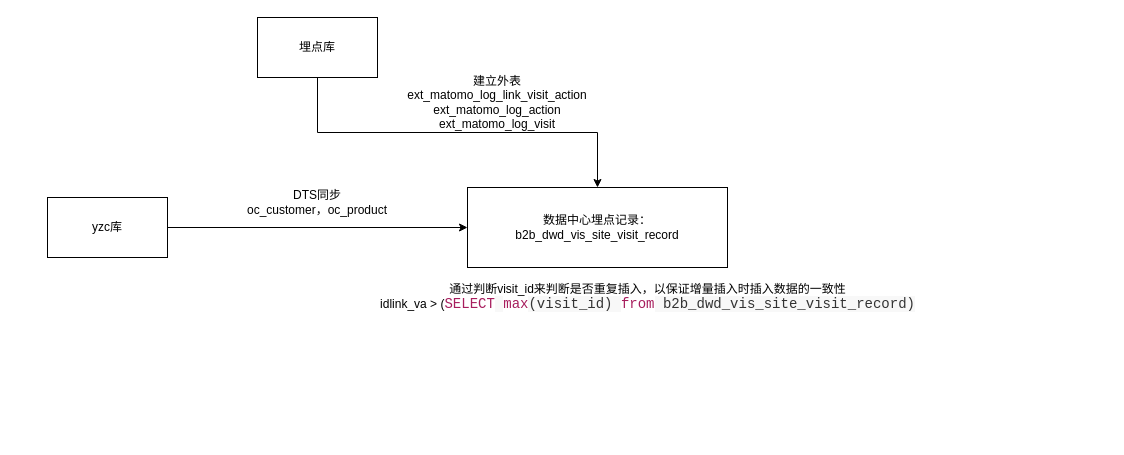
The draw.io diagram 未命名绘图.drawio in realphp/note-book, before the edit. Source tidied: cells renumbered, new cells numbered last; positions are measured from the earlier drawing's top-left corner, leaving out a move shared by most shapes. Both pictures are drawn from the tidied source at 100%, with x=0, y=0 at pixel (47, 17).
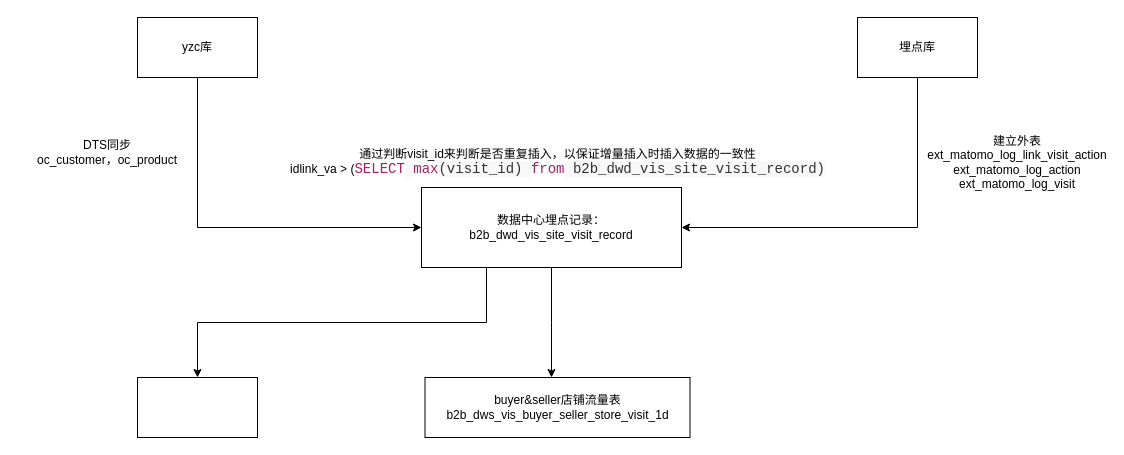
The same diagram, later.

The edit, as a diff of the source:
```diff
@@
 <mxGraphModel>
   <root>
     <mxCell id="0" />
     <mxCell id="1" parent="0" />
+    <mxCell id="10" style="edgeStyle=orthogonalEdgeStyle;rounded=0;jettySize=auto;html=1;" parent="1" edge="1" source="2">
+      <mxGeometry relative="1" as="geometry">
+        <mxPoint x="504" y="360" as="targetPoint" />
+      </mxGeometry>
+    </mxCell>
+    <mxCell id="11" style="edgeStyle=orthogonalEdgeStyle;rounded=0;jettySize=auto;html=1;exitX=0.25;exitY=1;exitDx=0;exitDy=0;entryX=0.5;entryY=0;entryDx=0;entryDy=0;" parent="1" edge="1" source="2" target="13">
+      <mxGeometry relative="1" as="geometry" />
+    </mxCell>
     <mxCell id="2" value="数据中心埋点记录：b2b_dwd_vis_site_visit_record" style="rounded=0;whiteSpace=wrap;html=1;" parent="1" vertex="1">
-      <mxGeometry x="420" y="170" width="260" height="80" as="geometry" />
+      <mxGeometry x="374" y="170" width="260" height="80" as="geometry" />
     </mxCell>
-    <mxCell id="3" style="edgeStyle=orthogonalEdgeStyle;rounded=0;jettySize=auto;html=1;exitX=0.5;exitY=1;exitDx=0;exitDy=0;entryX=0.5;entryY=0;entryDx=0;entryDy=0;" parent="1" edge="1" source="4" target="2">
+    <mxCell id="3" style="edgeStyle=orthogonalEdgeStyle;rounded=0;jettySize=auto;html=1;exitX=0.5;exitY=1;exitDx=0;exitDy=0;entryX=1;entryY=0.5;entryDx=0;entryDy=0;" parent="1" edge="1" source="4" target="2">
       <mxGeometry relative="1" as="geometry" />
     </mxCell>
     <mxCell id="4" value="埋点库" style="rounded=0;whiteSpace=wrap;html=1;" parent="1" vertex="1">
-      <mxGeometry x="210" width="120" height="60" as="geometry" />
+      <mxGeometry x="810" width="120" height="60" as="geometry" />
     </mxCell>
     <mxCell id="5" style="edgeStyle=orthogonalEdgeStyle;rounded=0;jettySize=auto;html=1;entryX=0;entryY=0.5;entryDx=0;entryDy=0;" parent="1" edge="1" source="6" target="2">
-      <mxGeometry relative="1" as="geometry" />
+      <mxGeometry relative="1" as="geometry">
+        <Array as="points">
+          <mxPoint x="150" y="210" />
+        </Array>
+      </mxGeometry>
     </mxCell>
     <mxCell id="6" value="yzc库" style="rounded=0;whiteSpace=wrap;html=1;" parent="1" vertex="1">
-      <mxGeometry y="180" width="120" height="60" as="geometry" />
+      <mxGeometry x="90" width="120" height="60" as="geometry" />
     </mxCell>
     <mxCell id="7" value="DTS同步&lt;br&gt;oc_customer，oc_product" style="text;html=1;strokeColor=none;fillColor=none;align=center;verticalAlign=middle;whiteSpace=wrap;rounded=0;" parent="1" vertex="1">
-      <mxGeometry x="180" y="160" width="180" height="50" as="geometry" />
+      <mxGeometry x="-30" y="110" width="180" height="50" as="geometry" />
     </mxCell>
     <mxCell id="8" value="建立外表&lt;br&gt;ext_matomo_log_link_visit_action&lt;br&gt;ext_matomo_log_action&lt;br&gt;ext_matomo_log_visit" style="text;html=1;strokeColor=none;fillColor=none;align=center;verticalAlign=middle;whiteSpace=wrap;rounded=0;" parent="1" vertex="1">
-      <mxGeometry x="420" y="70" width="60" height="30" as="geometry" />
+      <mxGeometry x="940" y="130" width="60" height="30" as="geometry" />
     </mxCell>
     <mxCell id="9" value="通过判断visit_id来判断是否重复插入，以保证增量插入时插入数据的一致性&lt;br&gt;idlink_va &amp;gt; (&lt;span style=&quot;box-sizing: border-box; --tw-border-spacing-x: 0; --tw-border-spacing-y: 0; --tw-translate-x: 0; --tw-translate-y: 0; --tw-rotate: 0; --tw-skew-x: 0; --tw-skew-y: 0; --tw-scale-x: 1; --tw-scale-y: 1; --tw-pan-x: ; --tw-pan-y: ; --tw-pinch-zoom: ; --tw-scroll-snap-strictness: proximity; --tw-ordinal: ; --tw-slashed-zero: ; --tw-numeric-figure: ; --tw-numeric-spacing: ; --tw-numeric-fraction: ; --tw-ring-inset: ; --tw-ring-offset-width: 0px; --tw-ring-offset-color: #fff; --tw-ring-color: rgb(59 130 246 / 0.5); --tw-ring-offset-shadow: 0 0 #0000; --tw-ring-shadow: 0 0 #0000; --tw-shadow: 0 0 #0000; --tw-shadow-colored: 0 0 #0000; --tw-blur: ; --tw-brightness: ; --tw-contrast: ; --tw-grayscale: ; --tw-hue-rotate: ; --tw-invert: ; --tw-saturate: ; --tw-sepia: ; --tw-drop-shadow: ; --tw-backdrop-blur: ; --tw-backdrop-brightness: ; --tw-backdrop-contrast: ; --tw-backdrop-grayscale: ; --tw-backdrop-hue-rotate: ; --tw-backdrop-invert: ; --tw-backdrop-opacity: ; --tw-backdrop-saturate: ; --tw-backdrop-sepia: ; -webkit-tap-highlight-color: rgba(0, 0, 0, 0); color: rgb(167, 29, 93); font-family: Consolas, Menlo, Courier, monospace; font-size: 14px; text-align: start;&quot; class=&quot;hljs-keyword&quot;&gt;SELECT&lt;/span&gt;&lt;span style=&quot;color: rgb(51, 51, 51); font-family: Consolas, Menlo, Courier, monospace; font-size: 14px; text-align: start; background-color: rgb(248, 248, 248);&quot;&gt; &lt;/span&gt;&lt;span style=&quot;box-sizing: border-box; --tw-border-spacing-x: 0; --tw-border-spacing-y: 0; --tw-translate-x: 0; --tw-translate-y: 0; --tw-rotate: 0; --tw-skew-x: 0; --tw-skew-y: 0; --tw-scale-x: 1; --tw-scale-y: 1; --tw-pan-x: ; --tw-pan-y: ; --tw-pinch-zoom: ; --tw-scroll-snap-strictness: proximity; --tw-ordinal: ; --tw-slashed-zero: ; --tw-numeric-figure: ; --tw-numeric-spacing: ; --tw-numeric-fraction: ; --tw-ring-inset: ; --tw-ring-offset-width: 0px; --tw-ring-offset-color: #fff; --tw-ring-color: rgb(59 130 246 / 0.5); --tw-ring-offset-shadow: 0 0 #0000; --tw-ring-shadow: 0 0 #0000; --tw-shadow: 0 0 #0000; --tw-shadow-colored: 0 0 #0000; --tw-blur: ; --tw-brightness: ; --tw-contrast: ; --tw-grayscale: ; --tw-hue-rotate: ; --tw-invert: ; --tw-saturate: ; --tw-sepia: ; --tw-drop-shadow: ; --tw-backdrop-blur: ; --tw-backdrop-brightness: ; --tw-backdrop-contrast: ; --tw-backdrop-grayscale: ; --tw-backdrop-hue-rotate: ; --tw-backdrop-invert: ; --tw-backdrop-opacity: ; --tw-backdrop-saturate: ; --tw-backdrop-sepia: ; -webkit-tap-highlight-color: rgba(0, 0, 0, 0); color: rgb(167, 29, 93); font-family: Consolas, Menlo, Courier, monospace; font-size: 14px; text-align: start;&quot; class=&quot;hljs-keyword&quot;&gt;max&lt;/span&gt;&lt;span style=&quot;color: rgb(51, 51, 51); font-family: Consolas, Menlo, Courier, monospace; font-size: 14px; text-align: start; background-color: rgb(248, 248, 248);&quot;&gt;(visit_id) &lt;/span&gt;&lt;span style=&quot;box-sizing: border-box; --tw-border-spacing-x: 0; --tw-border-spacing-y: 0; --tw-translate-x: 0; --tw-translate-y: 0; --tw-rotate: 0; --tw-skew-x: 0; --tw-skew-y: 0; --tw-scale-x: 1; --tw-scale-y: 1; --tw-pan-x: ; --tw-pan-y: ; --tw-pinch-zoom: ; --tw-scroll-snap-strictness: proximity; --tw-ordinal: ; --tw-slashed-zero: ; --tw-numeric-figure: ; --tw-numeric-spacing: ; --tw-numeric-fraction: ; --tw-ring-inset: ; --tw-ring-offset-width: 0px; --tw-ring-offset-color: #fff; --tw-ring-color: rgb(59 130 246 / 0.5); --tw-ring-offset-shadow: 0 0 #0000; --tw-ring-shadow: 0 0 #0000; --tw-shadow: 0 0 #0000; --tw-shadow-colored: 0 0 #0000; --tw-blur: ; --tw-brightness: ; --tw-contrast: ; --tw-grayscale: ; --tw-hue-rotate: ; --tw-invert: ; --tw-saturate: ; --tw-sepia: ; --tw-drop-shadow: ; --tw-backdrop-blur: ; --tw-backdrop-brightness: ; --tw-backdrop-contrast: ; --tw-backdrop-grayscale: ; --tw-backdrop-hue-rotate: ; --tw-backdrop-invert: ; --tw-backdrop-opacity: ; --tw-backdrop-saturate: ; --tw-backdrop-sepia: ; -webkit-tap-highlight-color: rgba(0, 0, 0, 0); color: rgb(167, 29, 93); font-family: Consolas, Menlo, Courier, monospace; font-size: 14px; text-align: start;&quot; class=&quot;hljs-keyword&quot;&gt;from&lt;/span&gt;&lt;span style=&quot;color: rgb(51, 51, 51); font-family: Consolas, Menlo, Courier, monospace; font-size: 14px; text-align: start; background-color: rgb(248, 248, 248);&quot;&gt; b2b_dwd_vis_site_visit_record)&lt;/span&gt;" style="text;html=1;align=center;verticalAlign=middle;strokeColor=none;fillColor=none;" parent="1" vertex="1">
-      <mxGeometry x="340" y="260" width="520" height="40" as="geometry" />
+      <mxGeometry x="250" y="125" width="520" height="40" as="geometry" />
     </mxCell>
+    <mxCell id="12" value="buyer&amp;amp;seller店铺流量表&lt;br&gt;b2b_dws_vis_buyer_seller_store_visit_1d" style="rounded=0;whiteSpace=wrap;html=1;" parent="1" vertex="1">
+      <mxGeometry x="377.5" y="360" width="265" height="60" as="geometry" />
+    </mxCell>
+    <mxCell id="13" style="rounded=0;whiteSpace=wrap;html=1;" parent="1" vertex="1">
+      <mxGeometry x="90" y="360" width="120" height="60" as="geometry" />
+    </mxCell>
   </root>
 </mxGraphModel>
```
